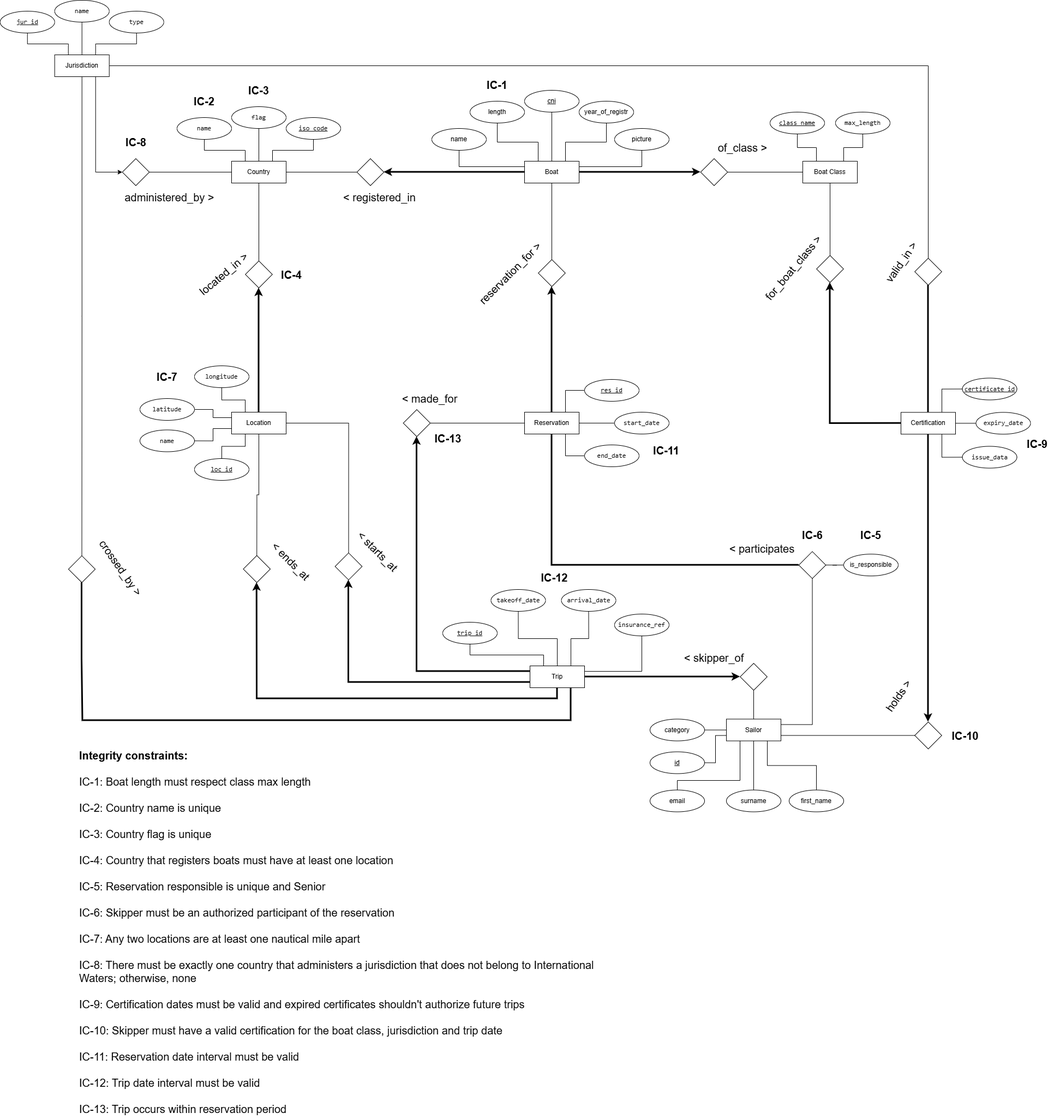
Before: diagram/project_1_diag_ver3_final_wconstr.drawio.png, a diagram exported from draw.io (Gabriel-Lasconi/ist-sibd-project1). Source tidied: cells renumbered, new cells last; positions are measured from the earlier drawing's top-left corner, leaving out a move shared by most shapes.
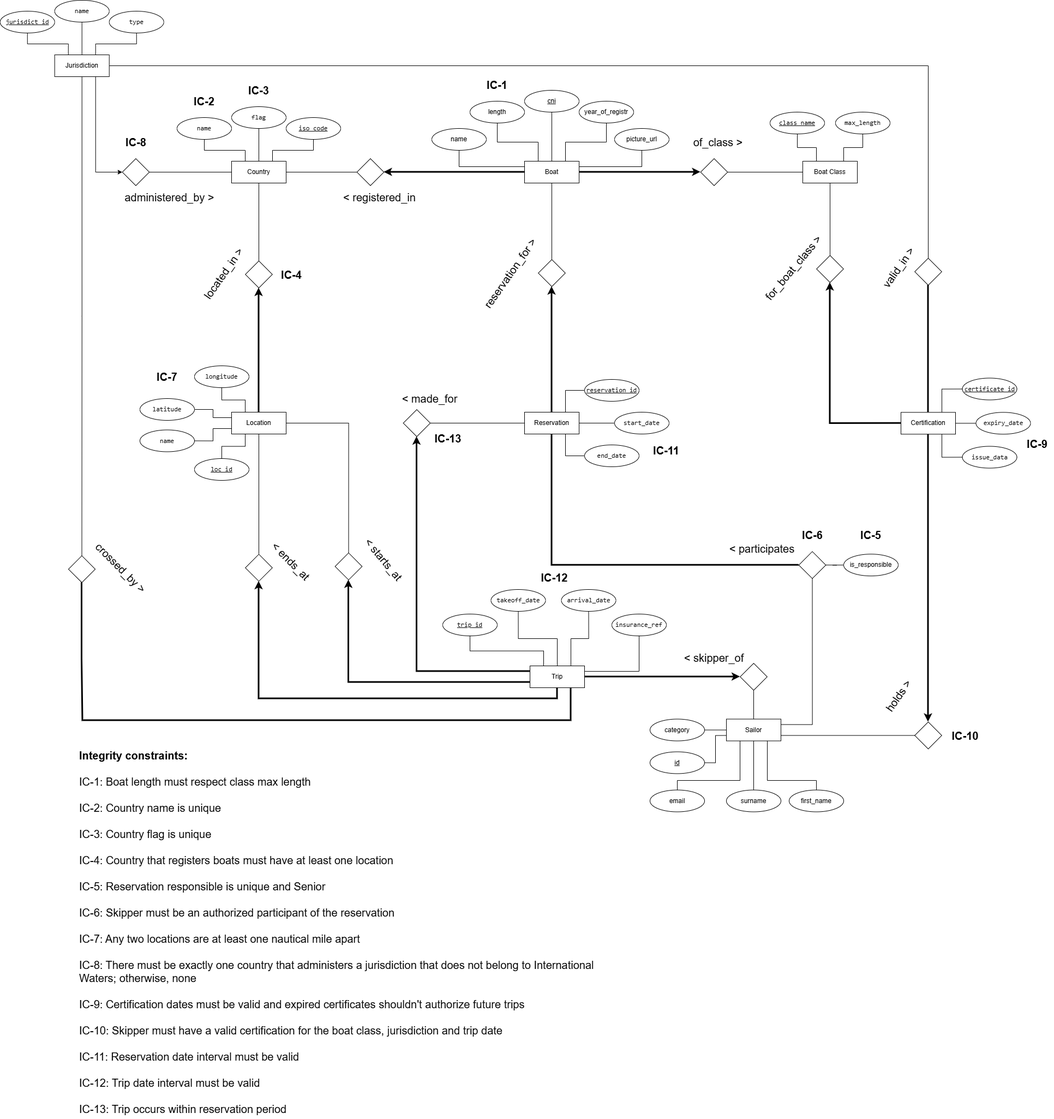
The same diagram one commit later.

Commit message:
a few renames for consistency

What changed in the source:
```diff
@@ -23,7 +23,12 @@
       <mxGeometry relative="1" as="geometry" />
     </mxCell>
     <mxCell id="7" style="edgeStyle=orthogonalEdgeStyle;rounded=0;jettySize=auto;html=1;exitX=0.75;exitY=1;exitDx=0;exitDy=0;entryX=0.5;entryY=0;entryDx=0;entryDy=0;endArrow=none;endFill=0;" parent="1" edge="1" source="8" target="20">
-      <mxGeometry relative="1" as="geometry" />
+      <mxGeometry relative="1" as="geometry">
+        <Array as="points">
+          <mxPoint x="1406" y="1430" />
+          <mxPoint x="1496" y="1430" />
+        </Array>
+      </mxGeometry>
     </mxCell>
     <mxCell id="8" value="Sailor" style="whiteSpace=wrap;html=1;align=center;" parent="1" vertex="1">
       <mxGeometry x="1331" y="1317.5" width="100" height="40" as="geometry" />
@@ -116,7 +121,7 @@
     <mxCell id="36" value="&lt;code&gt;&lt;u&gt;class_name&lt;/u&gt;&lt;/code&gt;" style="ellipse;whiteSpace=wrap;html=1;align=center;" parent="1" vertex="1">
       <mxGeometry x="1411" y="205" width="100" height="40" as="geometry" />
     </mxCell>
-    <mxCell id="37" value="picture" style="ellipse;whiteSpace=wrap;html=1;align=center;" parent="1" vertex="1">
+    <mxCell id="37" value="picture_url" style="ellipse;whiteSpace=wrap;html=1;align=center;" parent="1" vertex="1">
       <mxGeometry x="1126" y="235" width="100" height="40" as="geometry" />
     </mxCell>
     <mxCell id="38" value="&lt;u&gt;id&lt;/u&gt;" style="ellipse;whiteSpace=wrap;html=1;align=center;" parent="1" vertex="1">
@@ -143,7 +148,7 @@
     <mxCell id="45" value="&lt;code&gt;start_date&lt;/code&gt;" style="ellipse;whiteSpace=wrap;html=1;align=center;" parent="1" vertex="1">
       <mxGeometry x="1126" y="755" width="100" height="40" as="geometry" />
     </mxCell>
-    <mxCell id="46" value="&lt;code&gt;&lt;u&gt;res_id&lt;/u&gt;&lt;/code&gt;" style="ellipse;whiteSpace=wrap;html=1;align=center;" parent="1" vertex="1">
+    <mxCell id="46" value="&lt;code&gt;&lt;u&gt;reservation_id&lt;/u&gt;&lt;/code&gt;" style="ellipse;whiteSpace=wrap;html=1;align=center;" parent="1" vertex="1">
       <mxGeometry x="1071" y="695" width="100" height="40" as="geometry" />
     </mxCell>
     <mxCell id="47" style="edgeStyle=orthogonalEdgeStyle;rounded=0;jettySize=auto;html=1;entryX=0.5;entryY=1;entryDx=0;entryDy=0;strokeColor=default;endArrow=none;endFill=0;exitX=0.5;exitY=0;exitDx=0;exitDy=0;" parent="1" edge="1" source="54" target="56">
@@ -180,10 +185,10 @@
       <mxGeometry relative="1" as="geometry" />
     </mxCell>
     <mxCell id="58" value="&lt;code&gt;&lt;u&gt;trip_id&lt;/u&gt;&lt;/code&gt;" style="ellipse;whiteSpace=wrap;html=1;align=center;" parent="1" vertex="1">
-      <mxGeometry x="811" y="1140" width="100" height="40" as="geometry" />
+      <mxGeometry x="811" y="1125" width="100" height="40" as="geometry" />
     </mxCell>
     <mxCell id="59" value="&lt;code&gt;insurance_ref&lt;/code&gt;" style="ellipse;whiteSpace=wrap;html=1;align=center;" parent="1" vertex="1">
-      <mxGeometry x="1126" y="1125" width="100" height="40" as="geometry" />
+      <mxGeometry x="1121" y="1125" width="100" height="40" as="geometry" />
     </mxCell>
     <mxCell id="60" style="edgeStyle=orthogonalEdgeStyle;rounded=0;orthogonalLoop=1;jettySize=auto;html=1;exitX=0.5;exitY=1;exitDx=0;exitDy=0;" parent="1" edge="1" source="58" target="58">
       <mxGeometry relative="1" as="geometry" />
@@ -261,7 +266,7 @@
     <mxCell id="82" value="&lt;code&gt;name&lt;/code&gt;" style="ellipse;whiteSpace=wrap;html=1;align=center;" parent="1" vertex="1">
       <mxGeometry x="99.8" width="100" height="40" as="geometry" />
     </mxCell>
-    <mxCell id="83" value="&lt;code&gt;&lt;u&gt;jur_id&lt;/u&gt;&lt;/code&gt;" style="ellipse;whiteSpace=wrap;html=1;align=center;" parent="1" vertex="1">
+    <mxCell id="83" value="&lt;code&gt;&lt;u&gt;jurisdict_id&lt;/u&gt;&lt;/code&gt;" style="ellipse;whiteSpace=wrap;html=1;align=center;" parent="1" vertex="1">
       <mxGeometry x="-0.2" y="20" width="100" height="40" as="geometry" />
     </mxCell>
     <mxCell id="84" value="&lt;code&gt;expiry_date&lt;/code&gt;" style="ellipse;whiteSpace=wrap;html=1;align=center;" parent="1" vertex="1">
@@ -277,7 +282,7 @@
       <mxGeometry relative="1" as="geometry" />
     </mxCell>
     <mxCell id="88" value="of_class &amp;gt;" style="text;html=1;whiteSpace=wrap;strokeColor=none;fillColor=none;align=center;verticalAlign=middle;rounded=0;fontSize=20;" parent="1" vertex="1">
-      <mxGeometry x="1311" y="255" width="100" height="30" as="geometry" />
+      <mxGeometry x="1266" y="245" width="100" height="30" as="geometry" />
     </mxCell>
     <mxCell id="89" style="whiteSpace=wrap;html=1;rotation=-45;" parent="1" vertex="1">
       <mxGeometry x="661" y="297.5" width="35" height="35" as="geometry" />
@@ -291,7 +296,7 @@
     <mxCell id="92" style="whiteSpace=wrap;html=1;rotation=-45;" parent="1" vertex="1">
       <mxGeometry x="456.5" y="485" width="35" height="35" as="geometry" />
     </mxCell>
-    <mxCell id="93" value="&amp;nbsp;located_in &amp;gt;" style="text;html=1;whiteSpace=wrap;strokeColor=none;fillColor=none;align=center;verticalAlign=middle;rounded=0;rotation=-40;fontSize=20;" parent="1" vertex="1">
+    <mxCell id="93" value="&amp;nbsp;located_in &amp;gt;" style="text;html=1;whiteSpace=wrap;strokeColor=none;fillColor=none;align=center;verticalAlign=middle;rounded=0;rotation=-55;fontSize=20;" parent="1" vertex="1">
       <mxGeometry x="339.2" y="487.5" width="135.5" height="30" as="geometry" />
     </mxCell>
     <mxCell id="94" style="endArrow=none;html=1;rounded=0;entryX=0.5;entryY=1;entryDx=0;entryDy=0;exitX=1;exitY=0;exitDx=0;exitDy=0;" parent="1" edge="1" source="92" target="27">
@@ -300,7 +305,7 @@
     <mxCell id="95" style="whiteSpace=wrap;html=1;rotation=-45;" parent="1" vertex="1">
       <mxGeometry x="993.5" y="482.5" width="35" height="35" as="geometry" />
     </mxCell>
-    <mxCell id="96" value="reservation_for &amp;gt;" style="text;html=1;whiteSpace=wrap;strokeColor=none;fillColor=none;align=center;verticalAlign=middle;rounded=0;rotation=-45;fontSize=20;" parent="1" vertex="1">
+    <mxCell id="96" value="reservation_for &amp;gt;" style="text;html=1;whiteSpace=wrap;strokeColor=none;fillColor=none;align=center;verticalAlign=middle;rounded=0;rotation=-55;fontSize=20;" parent="1" vertex="1">
       <mxGeometry x="847" y="485" width="175" height="30" as="geometry" />
     </mxCell>
     <mxCell id="97" style="endArrow=none;html=1;rounded=0;entryX=0.5;entryY=1;entryDx=0;entryDy=0;exitX=1;exitY=0;exitDx=0;exitDy=0;" parent="1" edge="1" source="95" target="15">
@@ -339,11 +344,11 @@
     <mxCell id="108" style="whiteSpace=wrap;html=1;rotation=-45;" parent="1" vertex="1">
       <mxGeometry x="621" y="1020.1" width="35" height="35" as="geometry" />
     </mxCell>
-    <mxCell id="109" value="&amp;lt; starts_at" style="text;html=1;whiteSpace=wrap;strokeColor=none;fillColor=none;align=center;verticalAlign=middle;rounded=0;rotation=45;fontSize=20;" parent="1" vertex="1">
-      <mxGeometry x="610" y="995.1" width="165" height="30" as="geometry" />
+    <mxCell id="109" value="&amp;lt; starts_at" style="text;html=1;whiteSpace=wrap;strokeColor=none;fillColor=none;align=center;verticalAlign=middle;rounded=0;rotation=50;fontSize=20;" parent="1" vertex="1">
+      <mxGeometry x="621" y="1010" width="165" height="30" as="geometry" />
     </mxCell>
     <mxCell id="110" style="whiteSpace=wrap;html=1;rotation=-45;" parent="1" vertex="1">
-      <mxGeometry x="452.8" y="1025" width="35" height="35" as="geometry" />
+      <mxGeometry x="456.5" y="1022.6" width="35" height="35" as="geometry" />
     </mxCell>
     <mxCell id="111" value="&amp;lt; ends_at" style="text;html=1;whiteSpace=wrap;strokeColor=none;fillColor=none;align=center;verticalAlign=middle;rounded=0;rotation=45;fontSize=20;" parent="1" vertex="1">
       <mxGeometry x="471" y="1012.9" width="124.5" height="30" as="geometry" />
@@ -360,7 +365,7 @@
     <mxCell id="113" style="whiteSpace=wrap;html=1;rotation=-45;" parent="1" vertex="1">
       <mxGeometry x="132.2" y="1025.3" width="34.7" height="34.7" as="geometry" />
     </mxCell>
-    <mxCell id="114" value="crossed_by &amp;gt;" style="text;html=1;whiteSpace=wrap;strokeColor=none;fillColor=none;align=center;verticalAlign=middle;rounded=0;rotation=55;fontSize=20;" parent="1" vertex="1">
+    <mxCell id="114" value="crossed_by &amp;gt;" style="text;html=1;whiteSpace=wrap;strokeColor=none;fillColor=none;align=center;verticalAlign=middle;rounded=0;rotation=45;fontSize=20;" parent="1" vertex="1">
       <mxGeometry x="142.8" y="1025.1" width="157" height="30" as="geometry" />
     </mxCell>
     <mxCell id="115" style="whiteSpace=wrap;html=1;rotation=-45;" parent="1" vertex="1">
@@ -421,7 +426,7 @@
       <mxGeometry x="1366" y="475" width="175" height="30" as="geometry" />
     </mxCell>
     <mxCell id="134" value="valid_in &amp;gt;" style="text;html=1;whiteSpace=wrap;strokeColor=none;fillColor=none;align=center;verticalAlign=middle;rounded=0;rotation=-55;fontSize=20;" parent="1" vertex="1">
-      <mxGeometry x="1563.5" y="465" width="175" height="30" as="geometry" />
+      <mxGeometry x="1558.5" y="475" width="175" height="30" as="geometry" />
     </mxCell>
     <mxCell id="135" value="&lt;div&gt;&lt;b&gt;Integrity constraints:&lt;/b&gt;&lt;/div&gt;&lt;div&gt;&lt;br&gt;&lt;/div&gt;&lt;div&gt;IC-1: Boat length must respect class max length&amp;nbsp;&lt;/div&gt;&lt;div&gt;&lt;br&gt;&lt;/div&gt;&lt;div&gt;IC-2: Country name is unique&amp;nbsp;&lt;/div&gt;&lt;div&gt;&lt;br&gt;&lt;/div&gt;&lt;div&gt;IC-3: Country flag is unique&amp;nbsp;&lt;/div&gt;&lt;div&gt;&lt;br&gt;&lt;/div&gt;&lt;div&gt;IC-4: Country that registers boats must have at least one location&amp;nbsp;&lt;/div&gt;&lt;div&gt;&lt;br&gt;&lt;/div&gt;&lt;div&gt;IC-5: Reservation responsible is unique and Senior&amp;nbsp;&lt;/div&gt;&lt;div&gt;&lt;br&gt;&lt;/div&gt;&lt;div&gt;IC-6: Skipper must be an authorized participant of the reservation&lt;/div&gt;&lt;div&gt;&lt;br&gt;&lt;/div&gt;&lt;div&gt;IC-7: Any two locations are at least one nautical mile apart&lt;/div&gt;&lt;div&gt;&lt;br&gt;&lt;/div&gt;&lt;div&gt;IC-8: There must be exactly one country that administers a jurisdiction that does not belong to International Waters; otherwise, none&lt;/div&gt;&lt;div&gt;&lt;br&gt;&lt;/div&gt;&lt;div&gt;IC-9: Certification dates must be valid and expired certificates shouldn't authorize future trips&lt;/div&gt;&lt;div&gt;&lt;br&gt;&lt;/div&gt;&lt;div&gt;IC-10: Skipper must have a valid certification for the boat class, jurisdiction and trip date&lt;/div&gt;&lt;div&gt;&lt;br&gt;&lt;/div&gt;&lt;div&gt;IC-11: Reservation date interval must be valid&lt;/div&gt;&lt;div&gt;&lt;br&gt;&lt;/div&gt;&lt;div&gt;IC-12: Trip date interval must be valid&lt;/div&gt;&lt;div&gt;&lt;br&gt;&lt;/div&gt;&lt;div&gt;IC-13: Trip occurs within reservation period&lt;/div&gt;" style="text;html=1;whiteSpace=wrap;strokeColor=none;fillColor=none;align=left;verticalAlign=middle;rounded=0;fontSize=20;" parent="1" vertex="1">
       <mxGeometry x="142.8" y="1365" width="965" height="685" as="geometry" />
```
